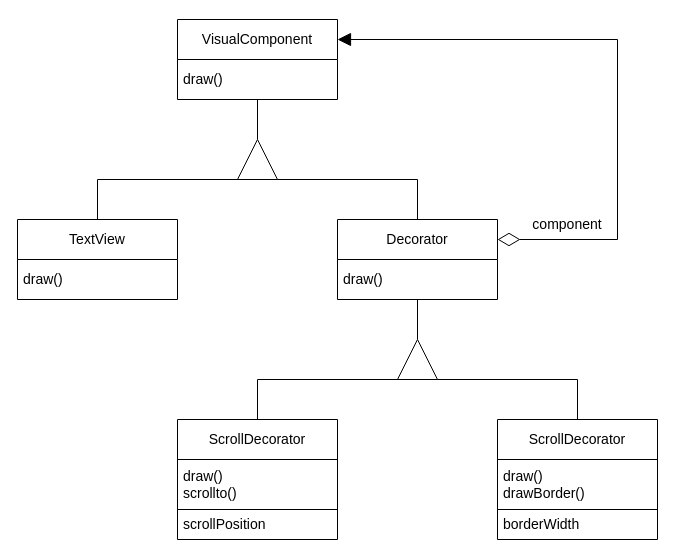
Above: posts/imagens/decorator/estruturaExemploMotivacaoGof.drawio in 20231-ifba-saj-ads-ppr/blog-material-aula (draw.io), before the change. Source tidied: cells renumbered, new cells numbered last; positions are measured from the earlier drawing's top-left corner, leaving out a move shared by most shapes. Both pictures are drawn from the tidied source at 100%, with x=0, y=0 at pixel (17, 19).
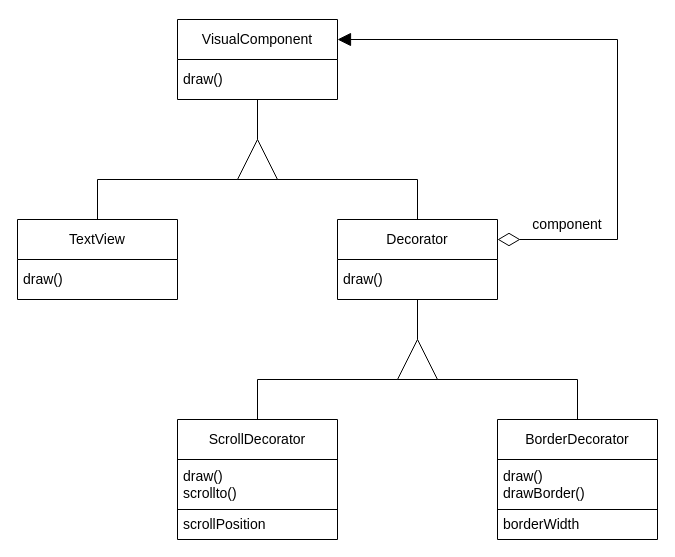
After the change.

Diff of the diagram source:
```diff
@@
-    <mxCell id="19" value="ScrollDecorator" style="swimlane;fontStyle=0;horizontal=1;startSize=40;whiteSpace=wrap;html=1;fontSize=14;" parent="1" vertex="1">
+    <mxCell id="19" value="BorderDecorator" style="swimlane;fontStyle=0;horizontal=1;startSize=40;whiteSpace=wrap;html=1;fontSize=14;" parent="1" vertex="1">
       <mxGeometry x="480" y="400" width="160" height="120" as="geometry" />
     </mxCell>
```
